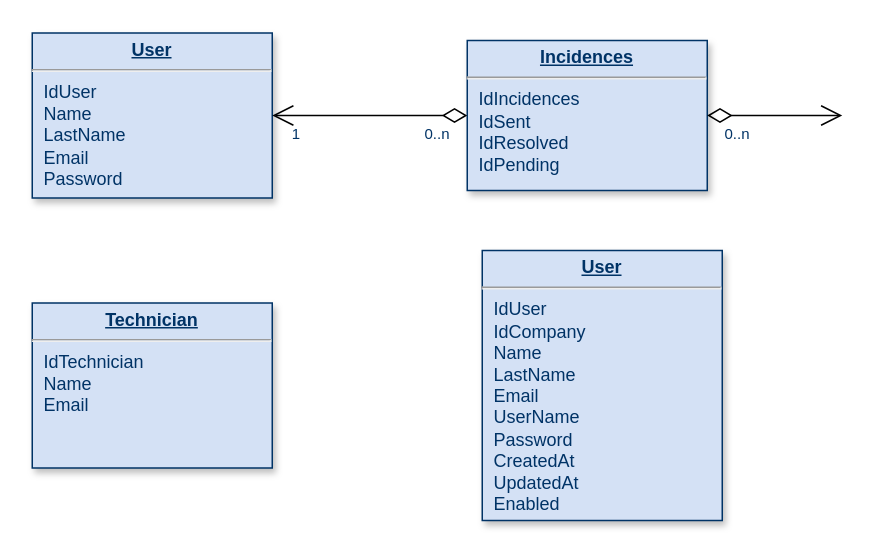
Before: Diagrama_clases.drawio in lanza318/Documentacion, a draw.io diagram. Source tidied: cells renumbered, new cells numbered last; positions are measured from the earlier drawing's top-left corner, leaving out a move shared by most shapes. Both pictures are drawn from the tidied source at 150%, with x=0, y=0 at pixel (32, 32).
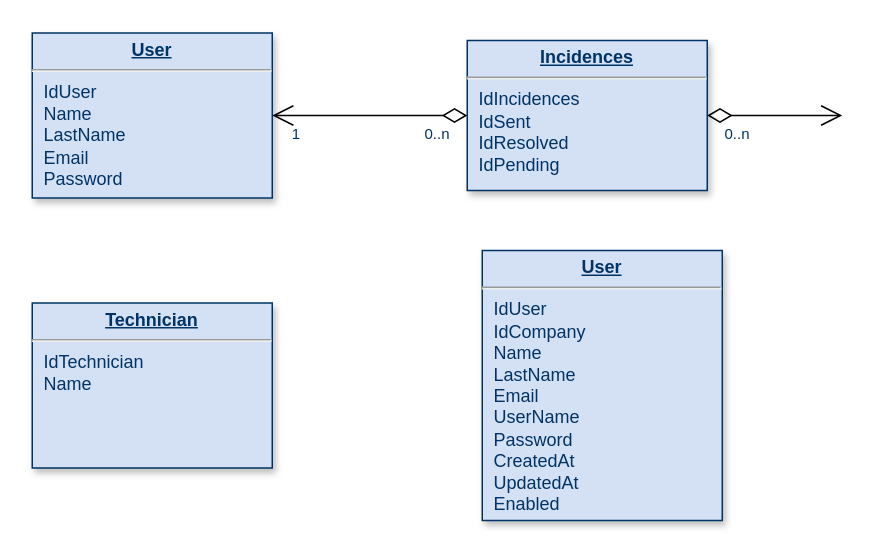
The same diagram, later.

Change to the diagram source:
```diff
@@
 <mxGraphModel>
   <root>
     <mxCell id="0" />
     <mxCell id="1" parent="0" />
     <mxCell id="2" value="&lt;p style=&quot;margin: 0px; margin-top: 4px; text-align: center; text-decoration: underline;&quot;&gt;&lt;strong&gt;User&lt;/strong&gt;&lt;/p&gt;&lt;hr /&gt;&lt;p style=&quot;margin: 0px; margin-left: 8px;&quot;&gt;IdUser&lt;/p&gt;&lt;p style=&quot;margin: 0px; margin-left: 8px;&quot;&gt;IdCompany&lt;/p&gt;&lt;p style=&quot;margin: 0px; margin-left: 8px;&quot;&gt;Name&lt;/p&gt;&lt;p style=&quot;margin: 0px; margin-left: 8px;&quot;&gt;LastName&lt;/p&gt;&lt;p style=&quot;margin: 0px; margin-left: 8px;&quot;&gt;Email&lt;/p&gt;&lt;p style=&quot;margin: 0px; margin-left: 8px;&quot;&gt;UserName&lt;/p&gt;&lt;p style=&quot;margin: 0px; margin-left: 8px;&quot;&gt;Password&lt;/p&gt;&lt;p style=&quot;margin: 0px; margin-left: 8px;&quot;&gt;CreatedAt&lt;/p&gt;&lt;p style=&quot;margin: 0px; margin-left: 8px;&quot;&gt;UpdatedAt&lt;/p&gt;&lt;p style=&quot;margin: 0px; margin-left: 8px;&quot;&gt;Enabled&lt;/p&gt;" style="verticalAlign=top;align=left;overflow=fill;fontSize=12;fontFamily=Helvetica;html=1;strokeColor=#003366;shadow=1;fillColor=#D4E1F5;fontColor=#003366;" parent="1" vertex="1">
       <mxGeometry x="300" y="145.5" width="160" height="180" as="geometry" />
     </mxCell>
     <mxCell id="3" value="&lt;p style=&quot;margin: 0px; margin-top: 4px; text-align: center; text-decoration: underline;&quot;&gt;&lt;strong&gt;User&lt;/strong&gt;&lt;/p&gt;&lt;hr&gt;&lt;p style=&quot;margin: 0px; margin-left: 8px;&quot;&gt;IdUser&lt;/p&gt;&lt;p style=&quot;margin: 0px; margin-left: 8px;&quot;&gt;Name&lt;/p&gt;&lt;p style=&quot;margin: 0px; margin-left: 8px;&quot;&gt;LastName&lt;/p&gt;&lt;p style=&quot;margin: 0px; margin-left: 8px;&quot;&gt;Email&lt;/p&gt;&lt;p style=&quot;margin: 0px; margin-left: 8px;&quot;&gt;Password&lt;/p&gt;" style="verticalAlign=top;align=left;overflow=fill;fontSize=12;fontFamily=Helvetica;html=1;strokeColor=#003366;shadow=1;fillColor=#D4E1F5;fontColor=#003366;" parent="1" vertex="1">
       <mxGeometry y="0.5" width="160" height="110" as="geometry" />
     </mxCell>
     <mxCell id="4" value="&lt;p style=&quot;margin: 0px; margin-top: 4px; text-align: center; text-decoration: underline;&quot;&gt;&lt;strong&gt;Incidences&lt;/strong&gt;&lt;/p&gt;&lt;hr&gt;&lt;p style=&quot;margin: 0px; margin-left: 8px;&quot;&gt;IdIncidences&lt;/p&gt;&lt;p style=&quot;margin: 0px; margin-left: 8px;&quot;&gt;IdSent&lt;/p&gt;&lt;p style=&quot;margin: 0px; margin-left: 8px;&quot;&gt;IdResolved&lt;/p&gt;&lt;p style=&quot;margin: 0px; margin-left: 8px;&quot;&gt;IdPending&lt;/p&gt;" style="verticalAlign=top;align=left;overflow=fill;fontSize=12;fontFamily=Helvetica;html=1;strokeColor=#003366;shadow=1;fillColor=#D4E1F5;fontColor=#003366;" parent="1" vertex="1">
       <mxGeometry x="290" y="5.5" width="160" height="100" as="geometry" />
     </mxCell>
     <mxCell id="5" style="endArrow=open;endSize=12;startArrow=diamondThin;startSize=14;startFill=0;edgeStyle=orthogonalEdgeStyle;" parent="1" edge="1" source="4">
       <mxGeometry x="1309.4" y="540" as="geometry">
         <mxPoint x="540" y="55.5" as="targetPoint" />
       </mxGeometry>
     </mxCell>
     <mxCell id="6" value="0..n" style="align=left;verticalAlign=top;labelBackgroundColor=#ffffff;fontSize=10;strokeColor=#003366;shadow=1;fillColor=#D4E1F5;fontColor=#003366;" parent="5" vertex="1">
       <mxGeometry x="-1" relative="1" as="geometry">
         <mxPoint x="10" as="offset" />
       </mxGeometry>
     </mxCell>
     <mxCell id="7" style="endArrow=open;endSize=12;startArrow=diamondThin;startSize=14;startFill=0;edgeStyle=orthogonalEdgeStyle;" parent="1" edge="1" source="4" target="3">
       <mxGeometry x="1389.4" y="130" as="geometry" />
     </mxCell>
     <mxCell id="8" value="0..n" style="align=left;verticalAlign=top;labelBackgroundColor=#ffffff;fontSize=10;strokeColor=#003366;shadow=1;fillColor=#D4E1F5;fontColor=#003366;" parent="7" vertex="1">
       <mxGeometry x="-1" relative="1" as="geometry">
         <mxPoint x="-30" as="offset" />
       </mxGeometry>
     </mxCell>
     <mxCell id="9" value="1" style="align=right;verticalAlign=top;labelBackgroundColor=#ffffff;fontSize=10;strokeColor=#003366;shadow=1;fillColor=#D4E1F5;fontColor=#003366;" parent="7" vertex="1">
       <mxGeometry x="1" relative="1" as="geometry">
         <mxPoint x="20" as="offset" />
       </mxGeometry>
     </mxCell>
-    <mxCell id="10" value="&lt;p style=&quot;margin: 0px; margin-top: 4px; text-align: center; text-decoration: underline;&quot;&gt;&lt;strong&gt;Technician&lt;/strong&gt;&lt;/p&gt;&lt;hr&gt;&lt;p style=&quot;margin: 0px; margin-left: 8px;&quot;&gt;IdTechnician&lt;/p&gt;&lt;p style=&quot;margin: 0px; margin-left: 8px;&quot;&gt;Name&lt;/p&gt;&lt;p style=&quot;margin: 0px; margin-left: 8px;&quot;&gt;Email&lt;/p&gt;&lt;p style=&quot;margin: 0px; margin-left: 8px;&quot;&gt;&lt;br&gt;&lt;/p&gt;" style="verticalAlign=top;align=left;overflow=fill;fontSize=12;fontFamily=Helvetica;html=1;strokeColor=#003366;shadow=1;fillColor=#D4E1F5;fontColor=#003366;" parent="1" vertex="1">
+    <mxCell id="10" value="&lt;p style=&quot;margin: 0px; margin-top: 4px; text-align: center; text-decoration: underline;&quot;&gt;&lt;strong&gt;Technician&lt;/strong&gt;&lt;/p&gt;&lt;hr&gt;&lt;p style=&quot;margin: 0px; margin-left: 8px;&quot;&gt;IdTechnician&lt;/p&gt;&lt;p style=&quot;margin: 0px; margin-left: 8px;&quot;&gt;Name&lt;/p&gt;&lt;p style=&quot;margin: 0px; margin-left: 8px;&quot;&gt;&lt;br&gt;&lt;/p&gt;&lt;p style=&quot;margin: 0px; margin-left: 8px;&quot;&gt;&lt;br&gt;&lt;/p&gt;" style="verticalAlign=top;align=left;overflow=fill;fontSize=12;fontFamily=Helvetica;html=1;strokeColor=#003366;shadow=1;fillColor=#D4E1F5;fontColor=#003366;" parent="1" vertex="1">
       <mxGeometry y="180.5" width="160" height="110" as="geometry" />
     </mxCell>
   </root>
 </mxGraphModel>
```
